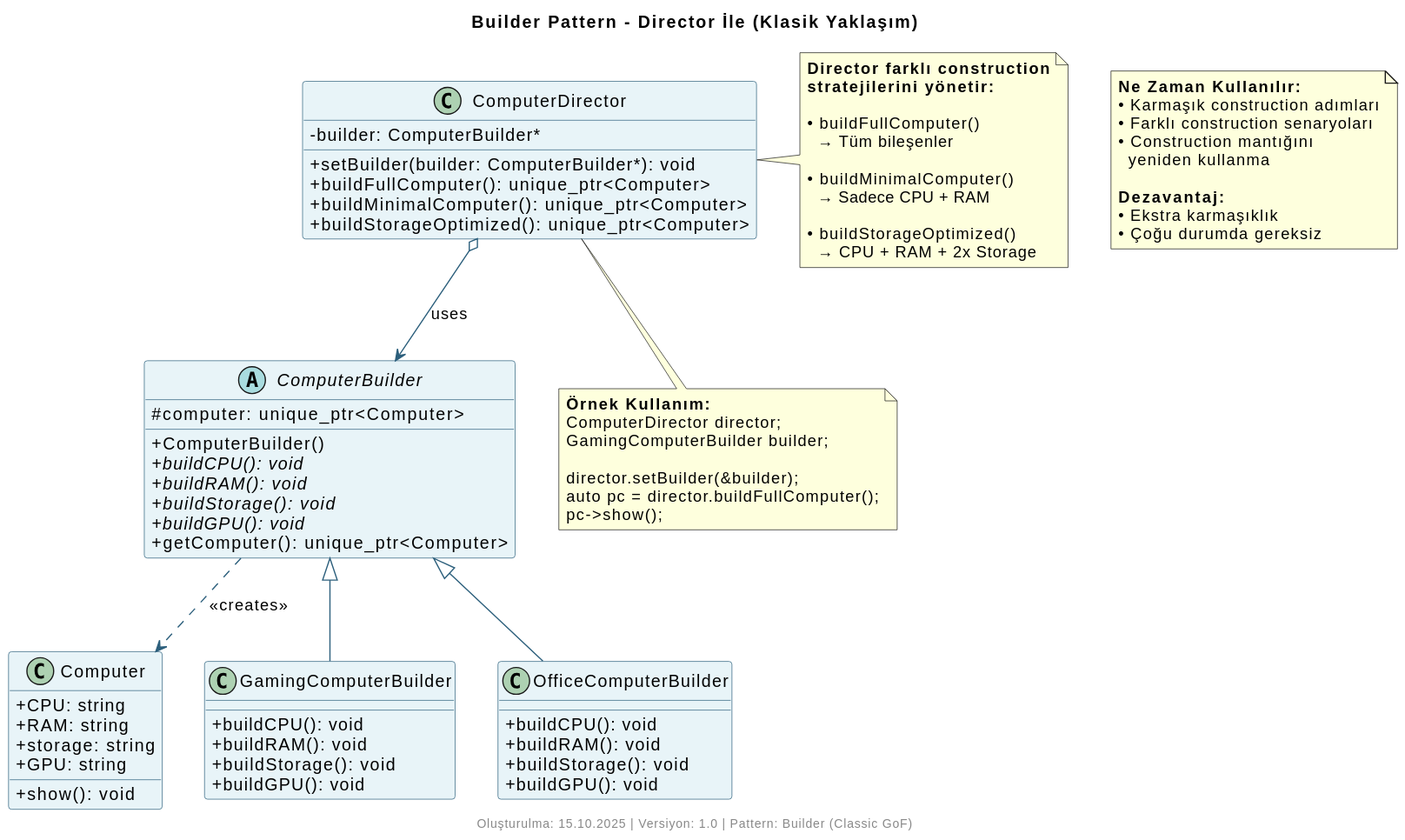
Before: creational/builder/classic_computer/diagram.svg, a diagram exported from PlantUML (kaayra2000/tasarim_kaliplari).
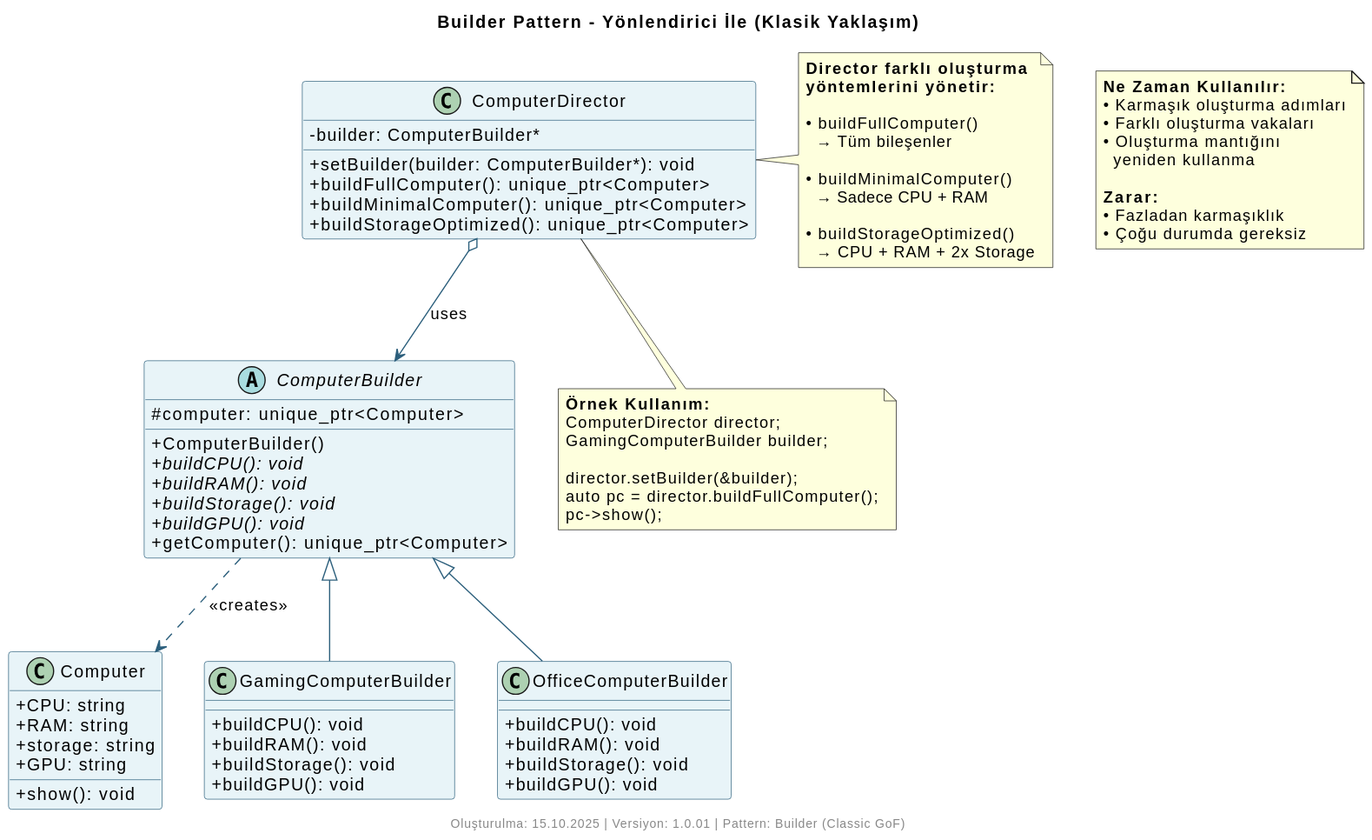
After the commit.

Commit message:
klasik builder puml dosyası güncellendi

Change to the diagram source:
```diff
@@ -1,6 +1,6 @@
 @startuml
 
-title Builder Pattern - Director İle (Klasik Yaklaşım)
+title Builder Pattern - Yönlendirici İle (Klasik Yaklaşım)
 
 skinparam classAttributeIconSize 0
 skinparam backgroundColor #FFFFFF
@@ -61,8 +61,8 @@
 ComputerDirector o--> ComputerBuilder : uses
 
 note right of ComputerDirector
-  **Director farklı construction**
-  **stratejilerini yönetir:**
+  **Director farklı oluşturma**
+  **yöntemlerini yönetir:**
 
   • buildFullComputer()
     → Tüm bileşenler
@@ -84,7 +84,7 @@
   pc->show();
 end note
 
-note "**Ne Zaman Kullanılır:**\n• Karmaşık construction adımları\n• Farklı construction senaryoları\n• Construction mantığını\n  yeniden kullanma\n\n**Dezavantaj:**\n• Ekstra karmaşıklık\n• Çoğu durumda gereksiz" as N1
+note "**Ne Zaman Kullanılır:**\n• Karmaşık oluşturma adımları\n• Farklı oluşturma vakaları\n• Oluşturma mantığını\n  yeniden kullanma\n\n**Zarar:**\n• Fazladan karmaşıklık\n• Çoğu durumda gereksiz" as N1
 
-footer Oluşturulma: 15.10.2025 | Versiyon: 1.0 | Pattern: Builder (Classic GoF)
+footer Oluşturulma: 15.10.2025 | Versiyon: 1.0.01 | Pattern: Builder (Classic GoF)
 @enduml
```
